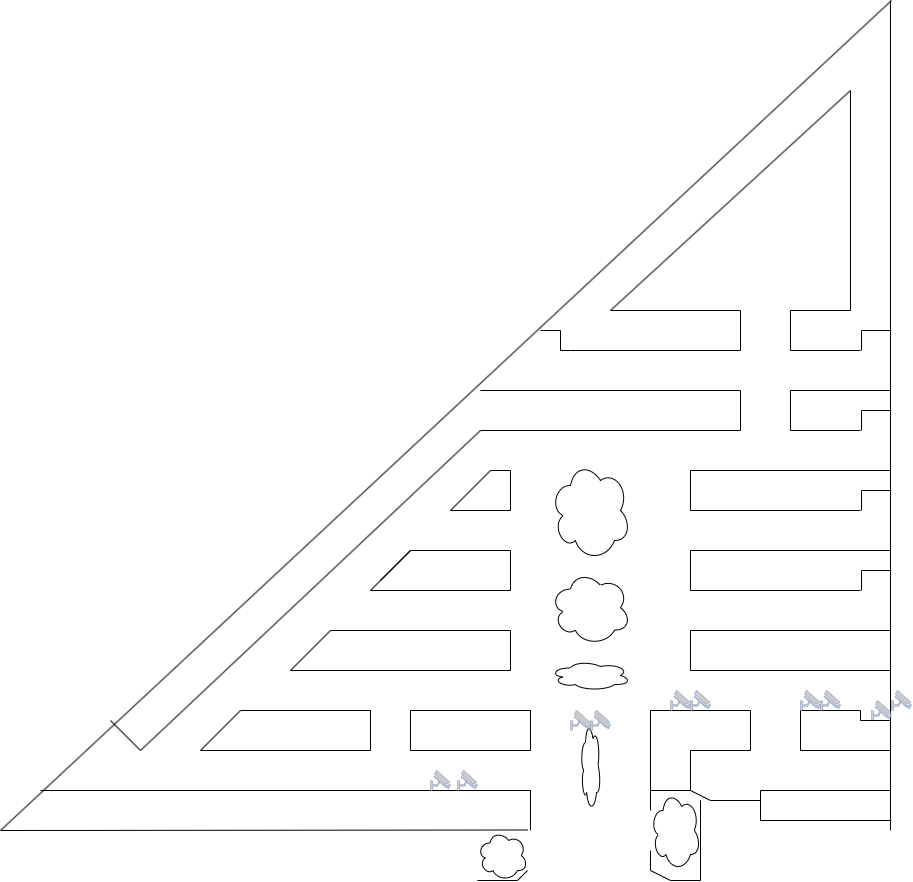
Before: Mapa.drawio.png, a diagram exported from draw.io (0002itz/pruevas-registro-de-seguridad). Source tidied: cells renumbered, new cells last; positions are measured from the earlier drawing's top-left corner, leaving out a move shared by most shapes.
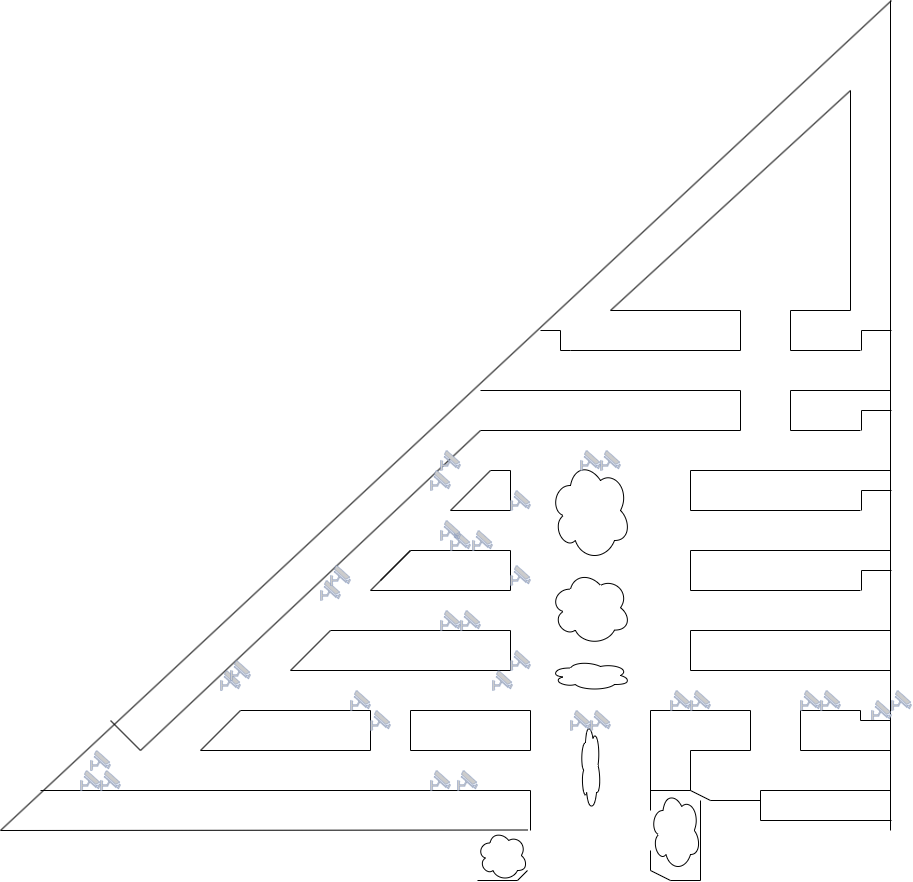
After the commit.

The edit, as a diff of the source:
```diff
@@ -527,5 +527,71 @@
     <mxCell id="92" style="fontColor=#0066CC;verticalAlign=top;verticalLabelPosition=bottom;labelPosition=center;align=center;html=1;fillColor=#CCCCCC;strokeColor=#6881B3;gradientColor=none;gradientDirection=north;strokeWidth=2;shape=mxgraph.networks.security_camera;" parent="1" vertex="1">
       <mxGeometry x="430" y="770" width="20" height="20" as="geometry" />
     </mxCell>
+    <mxCell id="93" style="fontColor=#0066CC;verticalAlign=top;verticalLabelPosition=bottom;labelPosition=center;align=center;html=1;fillColor=#CCCCCC;strokeColor=#6881B3;gradientColor=none;gradientDirection=north;strokeWidth=2;shape=mxgraph.networks.security_camera;" parent="1" vertex="1">
+      <mxGeometry x="80" y="770" width="20" height="20" as="geometry" />
+    </mxCell>
+    <mxCell id="94" style="fontColor=#0066CC;verticalAlign=top;verticalLabelPosition=bottom;labelPosition=center;align=center;html=1;fillColor=#CCCCCC;strokeColor=#6881B3;gradientColor=none;gradientDirection=north;strokeWidth=2;shape=mxgraph.networks.security_camera;" parent="1" vertex="1">
+      <mxGeometry x="90" y="750" width="20" height="20" as="geometry" />
+    </mxCell>
+    <mxCell id="95" style="fontColor=#0066CC;verticalAlign=top;verticalLabelPosition=bottom;labelPosition=center;align=center;html=1;fillColor=#CCCCCC;strokeColor=#6881B3;gradientColor=none;gradientDirection=north;strokeWidth=2;shape=mxgraph.networks.security_camera;" parent="1" vertex="1">
+      <mxGeometry x="100" y="770" width="20" height="20" as="geometry" />
+    </mxCell>
+    <mxCell id="96" style="fontColor=#0066CC;verticalAlign=top;verticalLabelPosition=bottom;labelPosition=center;align=center;html=1;fillColor=#CCCCCC;strokeColor=#6881B3;gradientColor=none;gradientDirection=north;strokeWidth=2;shape=mxgraph.networks.security_camera;" parent="1" vertex="1">
+      <mxGeometry x="370" y="710" width="20" height="20" as="geometry" />
+    </mxCell>
+    <mxCell id="97" style="fontColor=#0066CC;verticalAlign=top;verticalLabelPosition=bottom;labelPosition=center;align=center;html=1;fillColor=#CCCCCC;strokeColor=#6881B3;gradientColor=none;gradientDirection=north;strokeWidth=2;shape=mxgraph.networks.security_camera;" parent="1" vertex="1">
+      <mxGeometry x="350" y="690" width="20" height="20" as="geometry" />
+    </mxCell>
+    <mxCell id="98" style="fontColor=#0066CC;verticalAlign=top;verticalLabelPosition=bottom;labelPosition=center;align=center;html=1;fillColor=#CCCCCC;strokeColor=#6881B3;gradientColor=none;gradientDirection=north;strokeWidth=2;shape=mxgraph.networks.security_camera;" parent="1" vertex="1">
+      <mxGeometry x="510" y="650" width="20" height="20" as="geometry" />
+    </mxCell>
+    <mxCell id="99" style="fontColor=#0066CC;verticalAlign=top;verticalLabelPosition=bottom;labelPosition=center;align=center;html=1;fillColor=#CCCCCC;strokeColor=#6881B3;gradientColor=none;gradientDirection=north;strokeWidth=2;shape=mxgraph.networks.security_camera;" parent="1" vertex="1">
+      <mxGeometry x="492" y="670" width="20" height="20" as="geometry" />
+    </mxCell>
+    <mxCell id="100" style="fontColor=#0066CC;verticalAlign=top;verticalLabelPosition=bottom;labelPosition=center;align=center;html=1;fillColor=#CCCCCC;strokeColor=#6881B3;gradientColor=none;gradientDirection=north;strokeWidth=2;shape=mxgraph.networks.security_camera;" parent="1" vertex="1">
+      <mxGeometry x="220" y="670" width="20" height="20" as="geometry" />
+    </mxCell>
+    <mxCell id="101" style="fontColor=#0066CC;verticalAlign=top;verticalLabelPosition=bottom;labelPosition=center;align=center;html=1;fillColor=#CCCCCC;strokeColor=#6881B3;gradientColor=none;gradientDirection=north;strokeWidth=2;shape=mxgraph.networks.security_camera;" parent="1" vertex="1">
+      <mxGeometry x="230" y="660" width="20" height="20" as="geometry" />
+    </mxCell>
+    <mxCell id="102" style="fontColor=#0066CC;verticalAlign=top;verticalLabelPosition=bottom;labelPosition=center;align=center;html=1;fillColor=#CCCCCC;strokeColor=#6881B3;gradientColor=none;gradientDirection=north;strokeWidth=2;shape=mxgraph.networks.security_camera;" parent="1" vertex="1">
+      <mxGeometry x="320" y="580" width="20" height="20" as="geometry" />
+    </mxCell>
+    <mxCell id="103" style="fontColor=#0066CC;verticalAlign=top;verticalLabelPosition=bottom;labelPosition=center;align=center;html=1;fillColor=#CCCCCC;strokeColor=#6881B3;gradientColor=none;gradientDirection=north;strokeWidth=2;shape=mxgraph.networks.security_camera;" parent="1" vertex="1">
+      <mxGeometry x="330" y="565" width="20" height="20" as="geometry" />
+    </mxCell>
+    <mxCell id="104" style="fontColor=#0066CC;verticalAlign=top;verticalLabelPosition=bottom;labelPosition=center;align=center;html=1;fillColor=#CCCCCC;strokeColor=#6881B3;gradientColor=none;gradientDirection=north;strokeWidth=2;shape=mxgraph.networks.security_camera;" parent="1" vertex="1">
+      <mxGeometry x="440" y="610" width="20" height="20" as="geometry" />
+    </mxCell>
+    <mxCell id="105" style="fontColor=#0066CC;verticalAlign=top;verticalLabelPosition=bottom;labelPosition=center;align=center;html=1;fillColor=#CCCCCC;strokeColor=#6881B3;gradientColor=none;gradientDirection=north;strokeWidth=2;shape=mxgraph.networks.security_camera;" parent="1" vertex="1">
+      <mxGeometry x="460" y="610" width="20" height="20" as="geometry" />
+    </mxCell>
+    <mxCell id="106" style="fontColor=#0066CC;verticalAlign=top;verticalLabelPosition=bottom;labelPosition=center;align=center;html=1;fillColor=#CCCCCC;strokeColor=#6881B3;gradientColor=none;gradientDirection=north;strokeWidth=2;shape=mxgraph.networks.security_camera;" parent="1" vertex="1">
+      <mxGeometry x="510" y="565" width="20" height="20" as="geometry" />
+    </mxCell>
+    <mxCell id="107" style="fontColor=#0066CC;verticalAlign=top;verticalLabelPosition=bottom;labelPosition=center;align=center;html=1;fillColor=#CCCCCC;strokeColor=#6881B3;gradientColor=none;gradientDirection=north;strokeWidth=2;shape=mxgraph.networks.security_camera;" parent="1" vertex="1">
+      <mxGeometry x="510" y="490" width="20" height="20" as="geometry" />
+    </mxCell>
+    <mxCell id="108" style="fontColor=#0066CC;verticalAlign=top;verticalLabelPosition=bottom;labelPosition=center;align=center;html=1;fillColor=#CCCCCC;strokeColor=#6881B3;gradientColor=none;gradientDirection=north;strokeWidth=2;shape=mxgraph.networks.security_camera;" parent="1" vertex="1">
+      <mxGeometry x="450" y="530" width="20" height="20" as="geometry" />
+    </mxCell>
+    <mxCell id="109" style="fontColor=#0066CC;verticalAlign=top;verticalLabelPosition=bottom;labelPosition=center;align=center;html=1;fillColor=#CCCCCC;strokeColor=#6881B3;gradientColor=none;gradientDirection=north;strokeWidth=2;shape=mxgraph.networks.security_camera;" parent="1" vertex="1">
+      <mxGeometry x="472" y="530" width="20" height="20" as="geometry" />
+    </mxCell>
+    <mxCell id="110" style="fontColor=#0066CC;verticalAlign=top;verticalLabelPosition=bottom;labelPosition=center;align=center;html=1;fillColor=#CCCCCC;strokeColor=#6881B3;gradientColor=none;gradientDirection=north;strokeWidth=2;shape=mxgraph.networks.security_camera;" parent="1" vertex="1">
+      <mxGeometry x="430" y="470" width="20" height="20" as="geometry" />
+    </mxCell>
+    <mxCell id="111" style="fontColor=#0066CC;verticalAlign=top;verticalLabelPosition=bottom;labelPosition=center;align=center;html=1;fillColor=#CCCCCC;strokeColor=#6881B3;gradientColor=none;gradientDirection=north;strokeWidth=2;shape=mxgraph.networks.security_camera;" parent="1" vertex="1">
+      <mxGeometry x="440" y="450" width="20" height="20" as="geometry" />
+    </mxCell>
+    <mxCell id="112" style="fontColor=#0066CC;verticalAlign=top;verticalLabelPosition=bottom;labelPosition=center;align=center;html=1;fillColor=#CCCCCC;strokeColor=#6881B3;gradientColor=none;gradientDirection=north;strokeWidth=2;shape=mxgraph.networks.security_camera;" parent="1" vertex="1">
+      <mxGeometry x="600" y="450" width="20" height="20" as="geometry" />
+    </mxCell>
+    <mxCell id="113" style="fontColor=#0066CC;verticalAlign=top;verticalLabelPosition=bottom;labelPosition=center;align=center;html=1;fillColor=#CCCCCC;strokeColor=#6881B3;gradientColor=none;gradientDirection=north;strokeWidth=2;shape=mxgraph.networks.security_camera;" parent="1" vertex="1">
+      <mxGeometry x="440" y="520" width="20" height="20" as="geometry" />
+    </mxCell>
+    <mxCell id="114" style="fontColor=#0066CC;verticalAlign=top;verticalLabelPosition=bottom;labelPosition=center;align=center;html=1;fillColor=#CCCCCC;strokeColor=#6881B3;gradientColor=none;gradientDirection=north;strokeWidth=2;shape=mxgraph.networks.security_camera;" parent="1" vertex="1">
+      <mxGeometry x="580" y="450" width="20" height="20" as="geometry" />
+    </mxCell>
   </root>
 </mxGraphModel>
```
